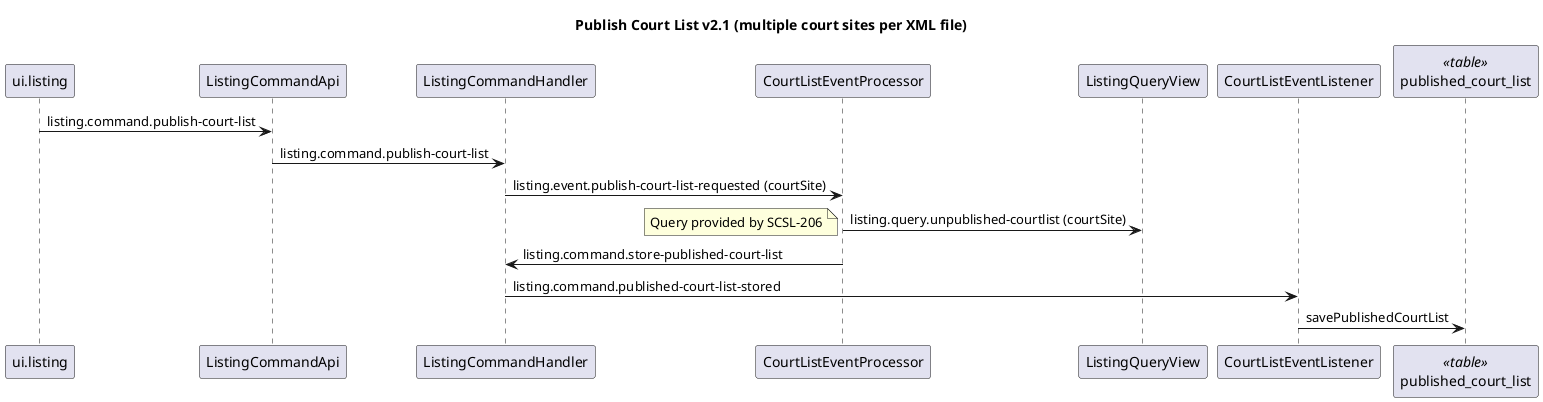
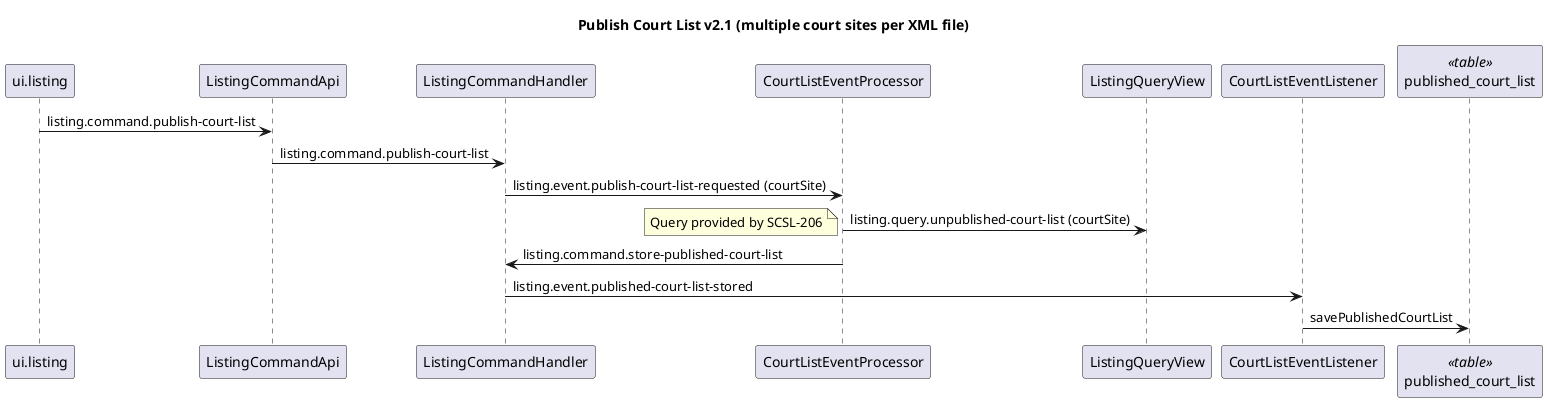
@startuml
title Publish Court List v2.1 (multiple court sites per XML file)

' Change Log

' v2
' * Publishing Court Lists now saves the list to the 'published_court_list' table
' * XML files contain Court Lists for all Court Sites for the Parent Court
' * XML files are generated from Published Court Lists
' * The COURT_LIST_PRODUCED state is removed
' * The fileservice is removed

' Diagram changes
' * Status updates have been removed for clarity

' v2.1
' * Export is triggered by a scheduler to remove the race condition

ui.listing -> ListingCommandApi: listing.command.publish-court-list
ListingCommandApi -> ListingCommandHandler: listing.command.publish-court-list


ListingCommandHandler -> CourtListEventProcessor: listing.event.publish-court-list-requested (courtSite)
- CourtListEventProcessor -> ListingQueryView: listing.query.unpublished-courtlist (courtSite)
+ CourtListEventProcessor -> ListingQueryView: listing.query.unpublished-court-list (courtSite)

note left
Query provided by SCSL-206
end note

' Store published court list
CourtListEventProcessor -> ListingCommandHandler: listing.command.store-published-court-list
- ListingCommandHandler -> CourtListEventListener: listing.command.published-court-list-stored
+ ListingCommandHandler -> CourtListEventListener: listing.event.published-court-list-stored
participant "published_court_list" as published_court_list <<table>>
CourtListEventListener -> published_court_list: savePublishedCourtList

@enduml
